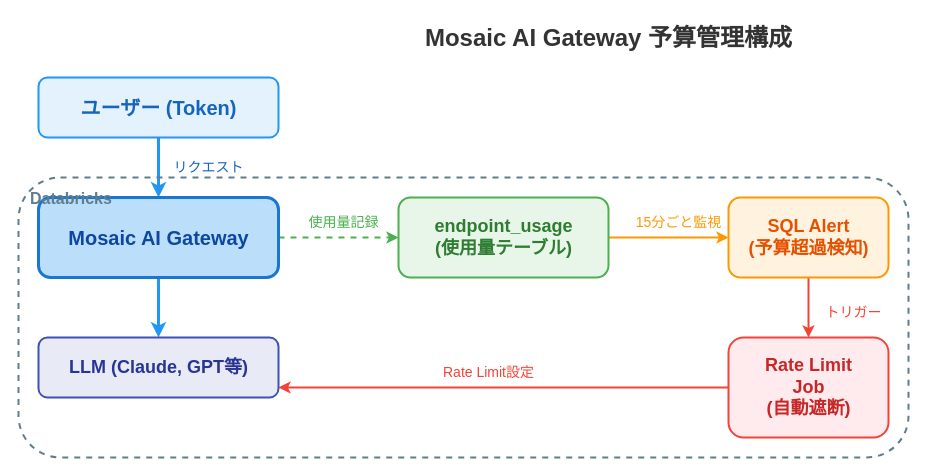
Before: assets/2026-01-27-jedai-ai-gateway/overall-architecture.drawio in i9wa4/i9wa4.github.io, a draw.io diagram. Source tidied: cells renumbered, new cells numbered last; positions are measured from the earlier drawing's top-left corner, leaving out a move shared by most shapes. Both pictures are drawn from the tidied source at 100%, with x=0, y=0 at pixel (18, 17).
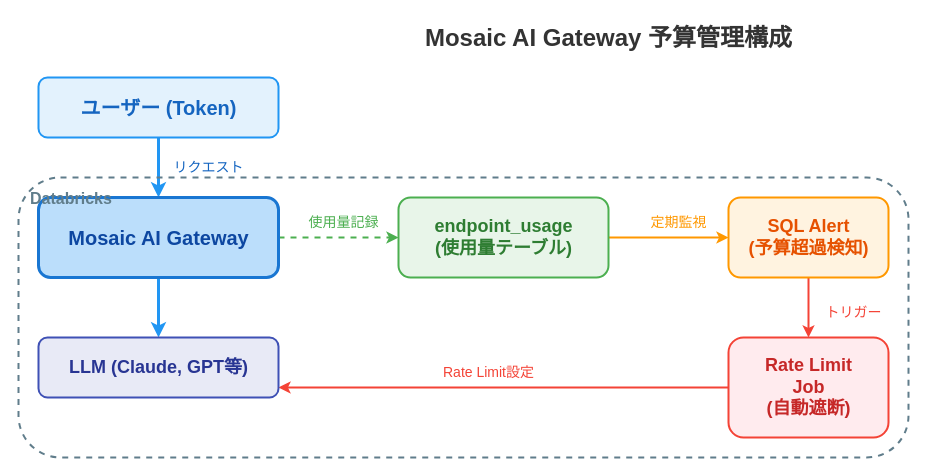
The same diagram, later.

The edit, as a diff of the source:
```diff
@@
-    <mxCell id="23" value="15分ごと監視" style="text;html=1;fontSize=14;fontFamily=Noto Sans JP;fontColor=#FF9800;align=center;" parent="1" vertex="1">
+    <mxCell id="23" value="定期監視" style="text;html=1;fontSize=14;fontFamily=Noto Sans JP;fontColor=#FF9800;align=center;" parent="1" vertex="1">
       <mxGeometry x="610" y="190" width="100" height="25" as="geometry" />
     </mxCell>
```
